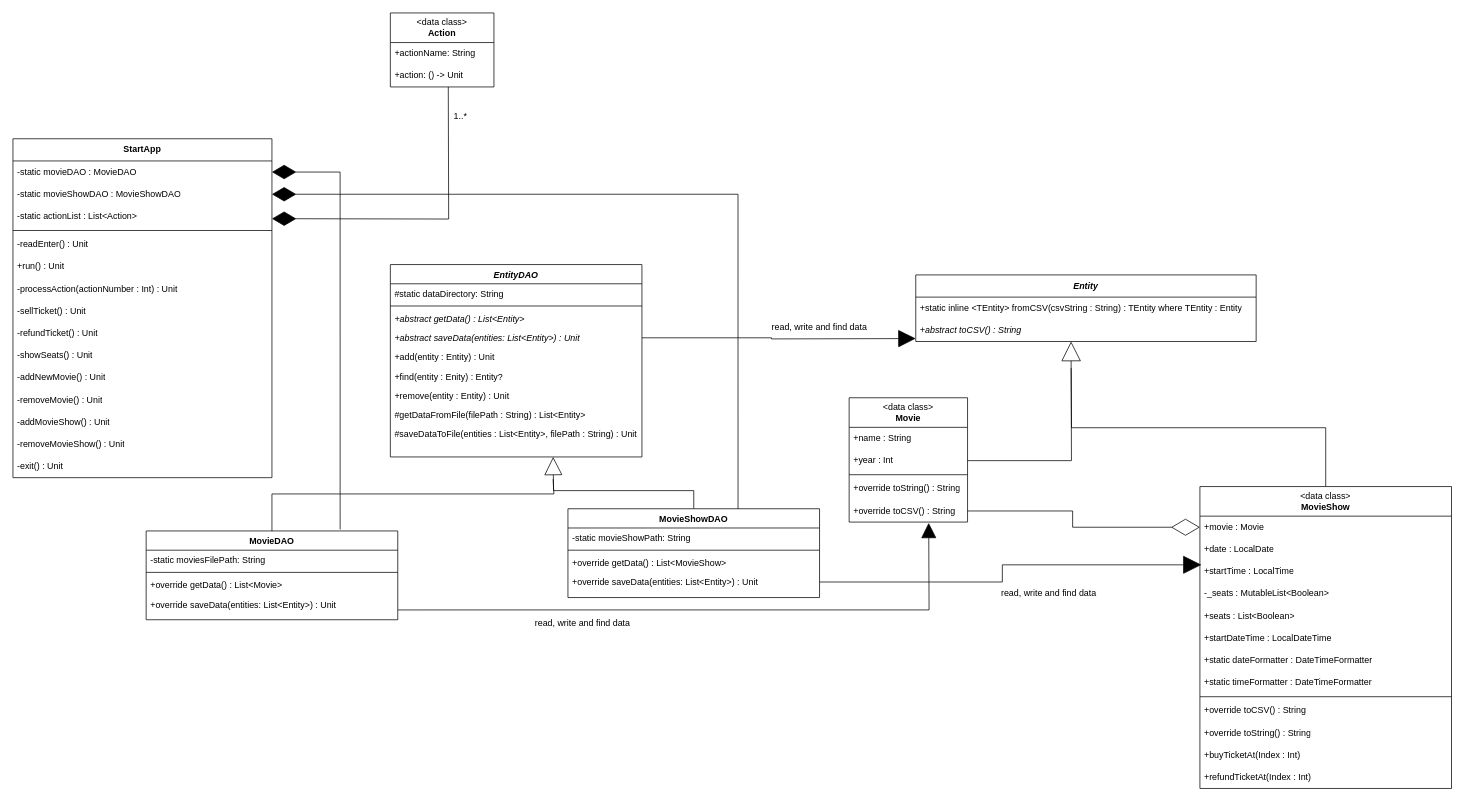
Above: classDiagram.drawio in Pavel-Mernov/cinemaKPO (draw.io), before the change. Source tidied: cells renumbered, new cells numbered last; positions are measured from the earlier drawing's top-left corner, leaving out a move shared by most shapes. Both pictures are drawn from the tidied source at 74%, with x=0, y=0 at pixel (13, 13).
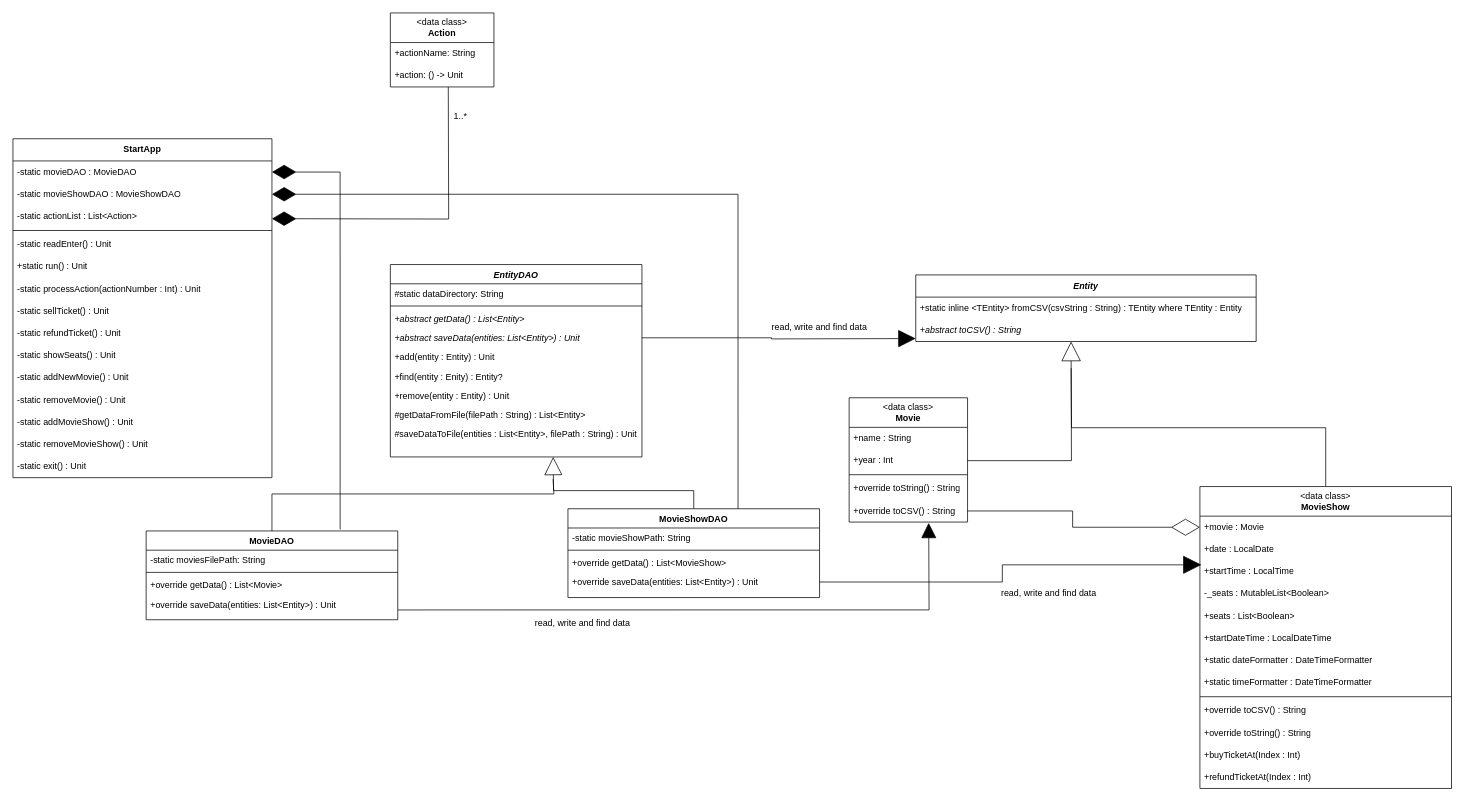
The same page after the edit.

The change refers to these unchanged cells:
```xml
<mxCell id="25" value="&lt;b&gt;StartApp&lt;/b&gt;" style="swimlane;fontStyle=0;horizontal=1;startSize=30;whiteSpace=wrap;html=1;" parent="1" vertex="1">
  <mxGeometry y="170" width="350" height="458" as="geometry" />
</mxCell>
```

Diff of the diagram source:
```diff
@@
-    <mxCell id="30" value="-readEnter() : Unit" style="text;strokeColor=none;fillColor=none;align=left;verticalAlign=middle;spacingLeft=4;spacingRight=4;overflow=hidden;whiteSpace=wrap;html=1;" parent="25" vertex="1">
+    <mxCell id="30" value="-static readEnter() : Unit" style="text;strokeColor=none;fillColor=none;align=left;verticalAlign=middle;spacingLeft=4;spacingRight=4;overflow=hidden;whiteSpace=wrap;html=1;" parent="25" vertex="1">
       <mxGeometry y="128" width="350" height="30" as="geometry" />
     </mxCell>
-    <mxCell id="31" value="+run() : Unit" style="text;strokeColor=none;fillColor=none;align=left;verticalAlign=middle;spacingLeft=4;spacingRight=4;overflow=hidden;whiteSpace=wrap;html=1;" parent="25" vertex="1">
+    <mxCell id="31" value="+static run() : Unit" style="text;strokeColor=none;fillColor=none;align=left;verticalAlign=middle;spacingLeft=4;spacingRight=4;overflow=hidden;whiteSpace=wrap;html=1;" parent="25" vertex="1">
       <mxGeometry y="158" width="350" height="30" as="geometry" />
     </mxCell>
-    <mxCell id="32" value="-processAction(actionNumber : Int) : Unit" style="text;strokeColor=none;fillColor=none;align=left;verticalAlign=middle;spacingLeft=4;spacingRight=4;overflow=hidden;whiteSpace=wrap;html=1;" parent="25" vertex="1">
+    <mxCell id="32" value="-static processAction(actionNumber : Int) : Unit" style="text;strokeColor=none;fillColor=none;align=left;verticalAlign=middle;spacingLeft=4;spacingRight=4;overflow=hidden;whiteSpace=wrap;html=1;" parent="25" vertex="1">
       <mxGeometry y="188" width="350" height="30" as="geometry" />
     </mxCell>
-    <mxCell id="33" value="-sellTicket() : Unit" style="text;strokeColor=none;fillColor=none;align=left;verticalAlign=middle;spacingLeft=4;spacingRight=4;overflow=hidden;whiteSpace=wrap;html=1;" parent="25" vertex="1">
+    <mxCell id="33" value="-static sellTicket() : Unit" style="text;strokeColor=none;fillColor=none;align=left;verticalAlign=middle;spacingLeft=4;spacingRight=4;overflow=hidden;whiteSpace=wrap;html=1;" parent="25" vertex="1">
       <mxGeometry y="218" width="350" height="30" as="geometry" />
     </mxCell>
-    <mxCell id="34" value="-refundTicket() : Unit" style="text;strokeColor=none;fillColor=none;align=left;verticalAlign=middle;spacingLeft=4;spacingRight=4;overflow=hidden;whiteSpace=wrap;html=1;" parent="25" vertex="1">
+    <mxCell id="34" value="-static refundTicket() : Unit" style="text;strokeColor=none;fillColor=none;align=left;verticalAlign=middle;spacingLeft=4;spacingRight=4;overflow=hidden;whiteSpace=wrap;html=1;" parent="25" vertex="1">
       <mxGeometry y="248" width="350" height="30" as="geometry" />
     </mxCell>
-    <mxCell id="35" value="-showSeats() : Unit" style="text;strokeColor=none;fillColor=none;align=left;verticalAlign=middle;spacingLeft=4;spacingRight=4;overflow=hidden;whiteSpace=wrap;html=1;" parent="25" vertex="1">
+    <mxCell id="35" value="-static showSeats() : Unit" style="text;strokeColor=none;fillColor=none;align=left;verticalAlign=middle;spacingLeft=4;spacingRight=4;overflow=hidden;whiteSpace=wrap;html=1;" parent="25" vertex="1">
       <mxGeometry y="278" width="350" height="30" as="geometry" />
     </mxCell>
-    <mxCell id="36" value="-addNewMovie() : Unit" style="text;strokeColor=none;fillColor=none;align=left;verticalAlign=middle;spacingLeft=4;spacingRight=4;overflow=hidden;whiteSpace=wrap;html=1;" parent="25" vertex="1">
+    <mxCell id="36" value="-static addNewMovie() : Unit" style="text;strokeColor=none;fillColor=none;align=left;verticalAlign=middle;spacingLeft=4;spacingRight=4;overflow=hidden;whiteSpace=wrap;html=1;" parent="25" vertex="1">
       <mxGeometry y="308" width="350" height="30" as="geometry" />
     </mxCell>
-    <mxCell id="37" value="-removeMovie() : Unit" style="text;strokeColor=none;fillColor=none;align=left;verticalAlign=middle;spacingLeft=4;spacingRight=4;overflow=hidden;whiteSpace=wrap;html=1;" parent="25" vertex="1">
+    <mxCell id="37" value="-static removeMovie() : Unit" style="text;strokeColor=none;fillColor=none;align=left;verticalAlign=middle;spacingLeft=4;spacingRight=4;overflow=hidden;whiteSpace=wrap;html=1;" parent="25" vertex="1">
       <mxGeometry y="338" width="350" height="30" as="geometry" />
     </mxCell>
-    <mxCell id="38" value="-addMovieShow() : Unit" style="text;strokeColor=none;fillColor=none;align=left;verticalAlign=middle;spacingLeft=4;spacingRight=4;overflow=hidden;whiteSpace=wrap;html=1;" parent="25" vertex="1">
+    <mxCell id="38" value="-static addMovieShow() : Unit" style="text;strokeColor=none;fillColor=none;align=left;verticalAlign=middle;spacingLeft=4;spacingRight=4;overflow=hidden;whiteSpace=wrap;html=1;" parent="25" vertex="1">
       <mxGeometry y="368" width="350" height="30" as="geometry" />
     </mxCell>
-    <mxCell id="39" value="-removeMovieShow() : Unit" style="text;strokeColor=none;fillColor=none;align=left;verticalAlign=middle;spacingLeft=4;spacingRight=4;overflow=hidden;whiteSpace=wrap;html=1;" parent="25" vertex="1">
+    <mxCell id="39" value="-static removeMovieShow() : Unit" style="text;strokeColor=none;fillColor=none;align=left;verticalAlign=middle;spacingLeft=4;spacingRight=4;overflow=hidden;whiteSpace=wrap;html=1;" parent="25" vertex="1">
       <mxGeometry y="398" width="350" height="30" as="geometry" />
     </mxCell>
-    <mxCell id="40" value="-exit() : Unit" style="text;strokeColor=none;fillColor=none;align=left;verticalAlign=middle;spacingLeft=4;spacingRight=4;overflow=hidden;whiteSpace=wrap;html=1;" parent="25" vertex="1">
+    <mxCell id="40" value="-static exit() : Unit" style="text;strokeColor=none;fillColor=none;align=left;verticalAlign=middle;spacingLeft=4;spacingRight=4;overflow=hidden;whiteSpace=wrap;html=1;" parent="25" vertex="1">
       <mxGeometry y="428" width="350" height="30" as="geometry" />
     </mxCell>
```
